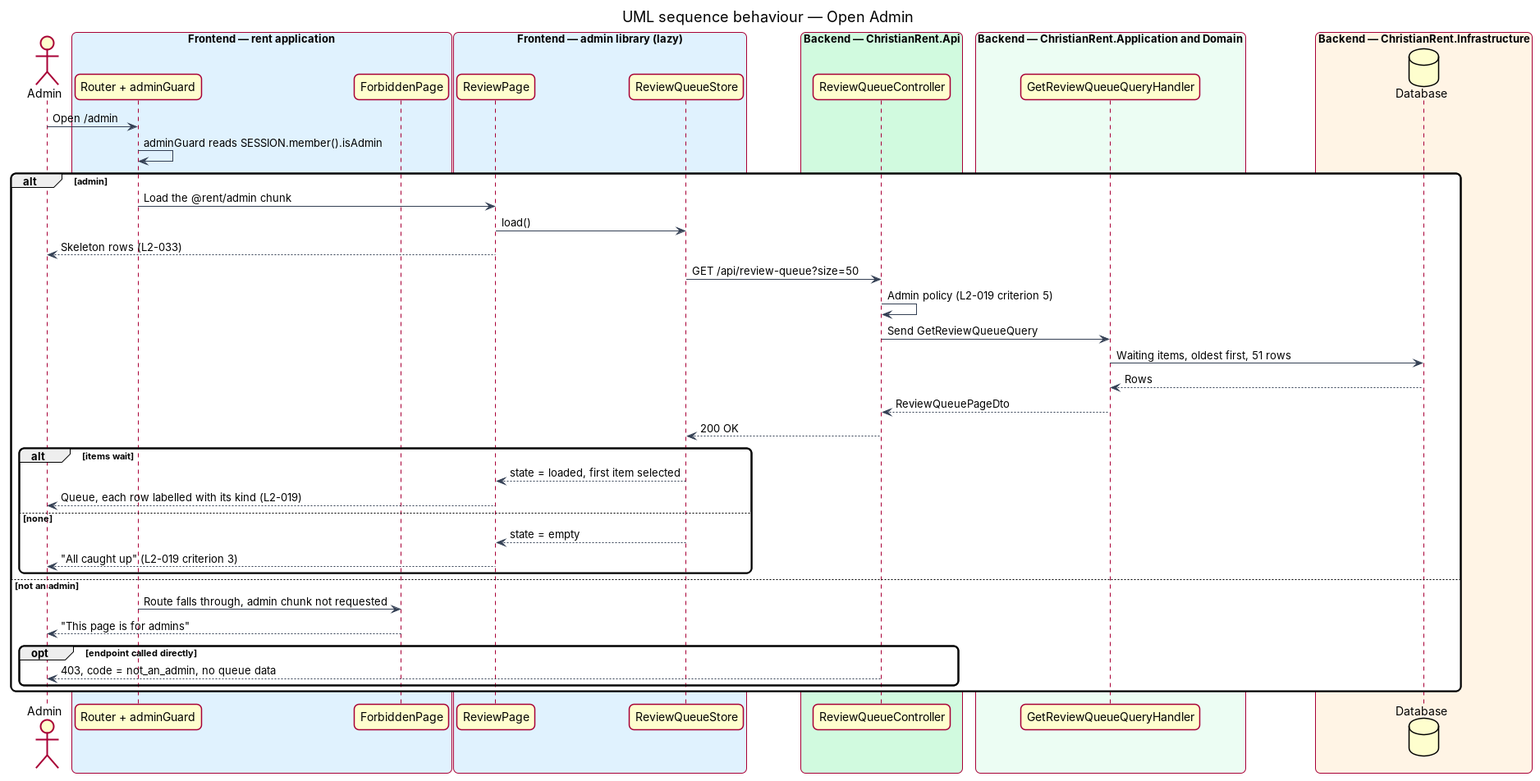
Above: docs/detailed-designs/review/view-review-queue/diagrams/sequence-open-queue.png in QuinntyneBrown/christian-rent (PlantUML), before the change. Its source is kept beside it as docs/detailed-designs/review/view-review-queue/diagrams/sequence-open-queue.puml. The source it was exported from:
```plantuml
@startuml
title UML sequence behaviour — Open Admin
skinparam backgroundColor #FFFFFF
skinparam shadowing false
skinparam roundcorner 12
skinparam defaultFontName Arial
skinparam ArrowColor #344054
skinparam rectangle {
  BorderColor #344054
  FontColor #101828
}
skinparam package {
  BorderColor #667085
  FontColor #101828
  BackgroundColor #F9FAFB
}
actor "Admin" as actor
box "Frontend — rent application" #E0F2FE
  participant "Router + adminGuard" as router
  participant "ForbiddenPage" as forbid
end box
box "Frontend — admin library (lazy)" #E0F2FE
  participant "ReviewPage" as page
  participant "ReviewQueueStore" as store
end box
box "Backend — ChristianRent.Api" #D1FADF
  participant "ReviewQueueController" as ctrl
end box
box "Backend — ChristianRent.Application and Domain" #ECFDF3
  participant "GetReviewQueueQueryHandler" as handler
end box
box "Backend — ChristianRent.Infrastructure" #FFF4E5
  database "Database" as db
end box
actor -> router : Open /admin
router -> router : adminGuard reads SESSION.member().isAdmin
alt admin
  router -> page : Load the @rent/admin chunk
  page -> store : load()
  page --> actor : Skeleton rows (L2-033)
  store -> ctrl : GET /api/review-queue?size=50
  ctrl -> ctrl : Admin policy (L2-019 criterion 5)
  ctrl -> handler : Send GetReviewQueueQuery
  handler -> db : Waiting items, oldest first, 51 rows
  db --> handler : Rows
  handler --> ctrl : ReviewQueuePageDto
  ctrl --> store : 200 OK
  alt items wait
    store --> page : state = loaded, first item selected
    page --> actor : Queue, each row labelled with its kind (L2-019)
  else none
    store --> page : state = empty
    page --> actor : "All caught up" (L2-019 criterion 3)
  end
else not an admin
  router -> forbid : Route falls through, admin chunk not requested
  forbid --> actor : "This page is for admins"
  opt endpoint called directly
    ctrl --> actor : 403, code = not_an_admin, no queue data
  end
end
@enduml
```
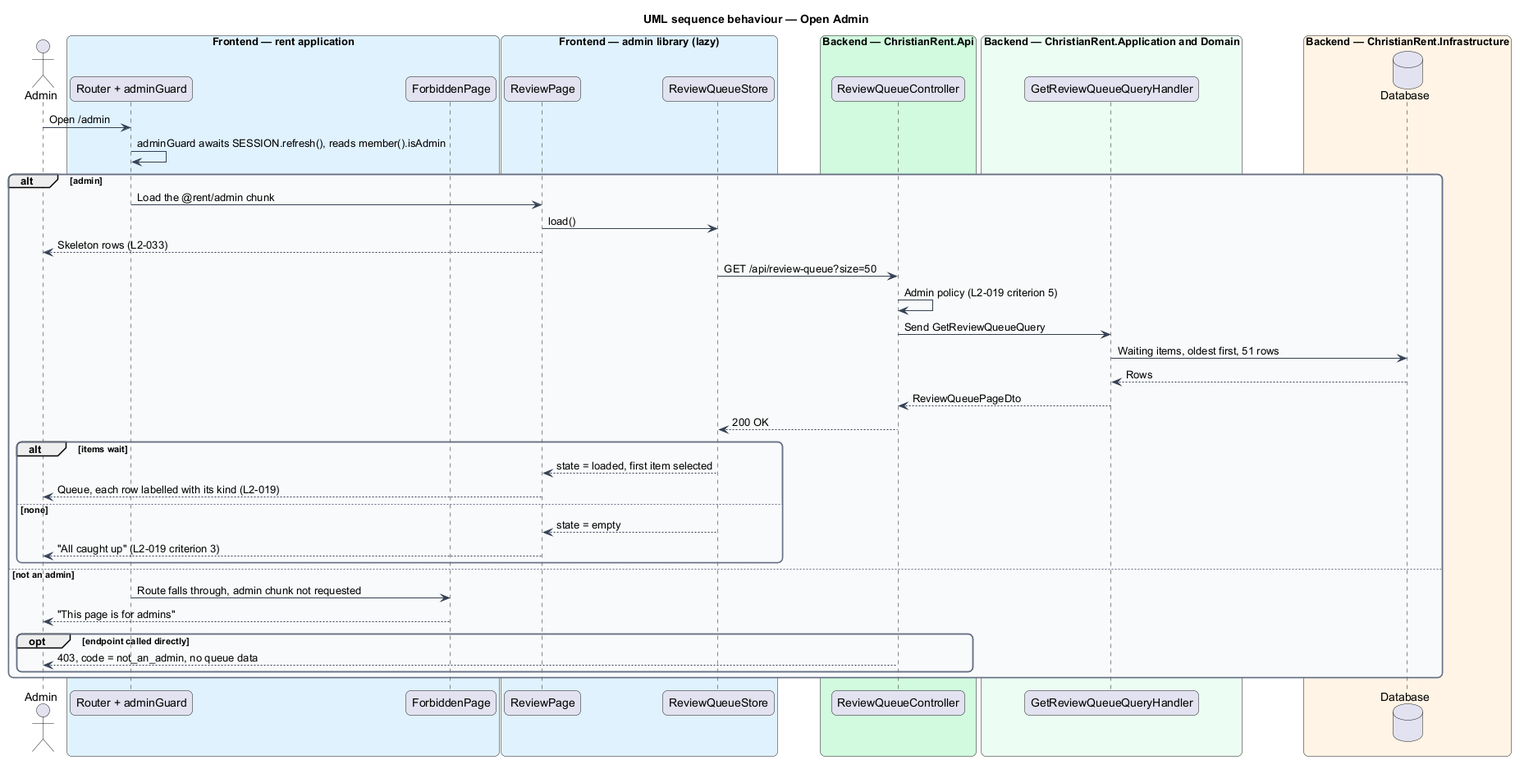
The same diagram one commit later.

The edit, as a diff of the source:
```diff
@@ -33,7 +33,7 @@
   database "Database" as db
 end box
 actor -> router : Open /admin
-router -> router : adminGuard reads SESSION.member().isAdmin
+router -> router : adminGuard awaits SESSION.refresh(), reads member().isAdmin
 alt admin
   router -> page : Load the @rent/admin chunk
   page -> store : load()
```
